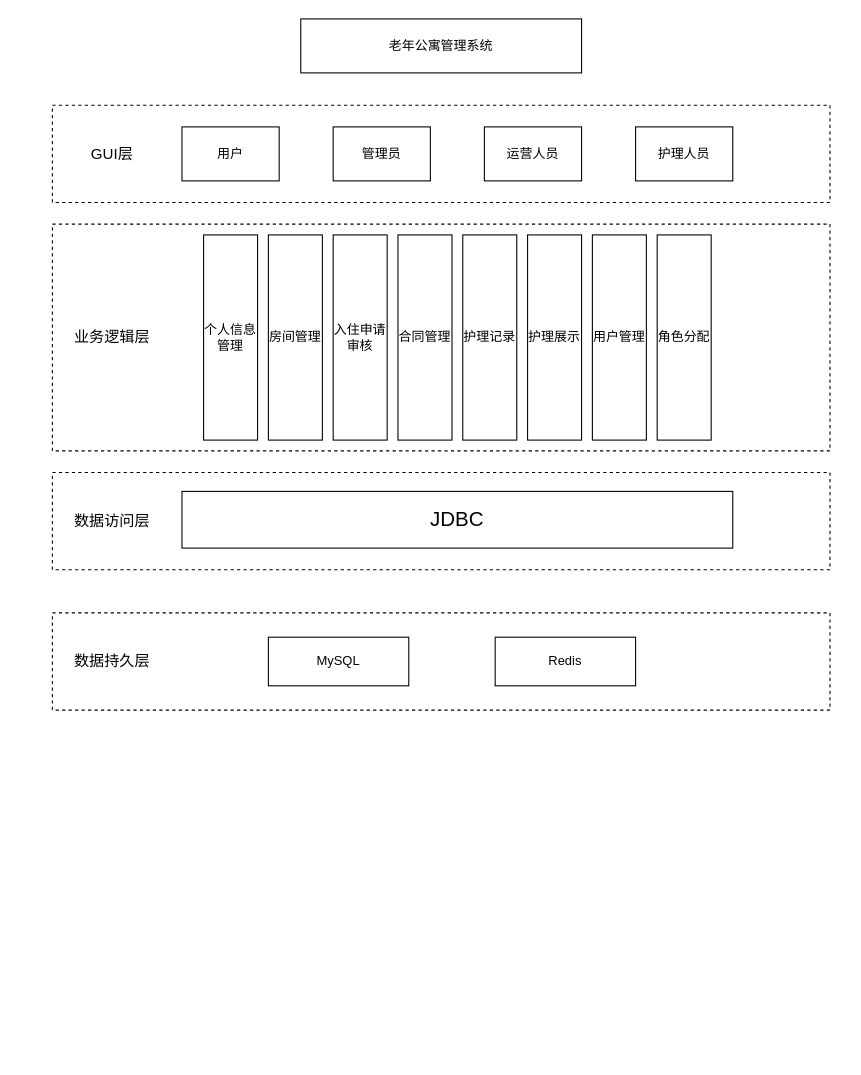
Before: 老年公寓管理系统系统架构.drawio in songjielong/drawio, a draw.io diagram. Source tidied: cells renumbered, new cells numbered last; positions are measured from the earlier drawing's top-left corner, leaving out a move shared by most shapes. Both pictures are drawn from the tidied source at 108%, with x=0, y=0 at pixel (52, 18).
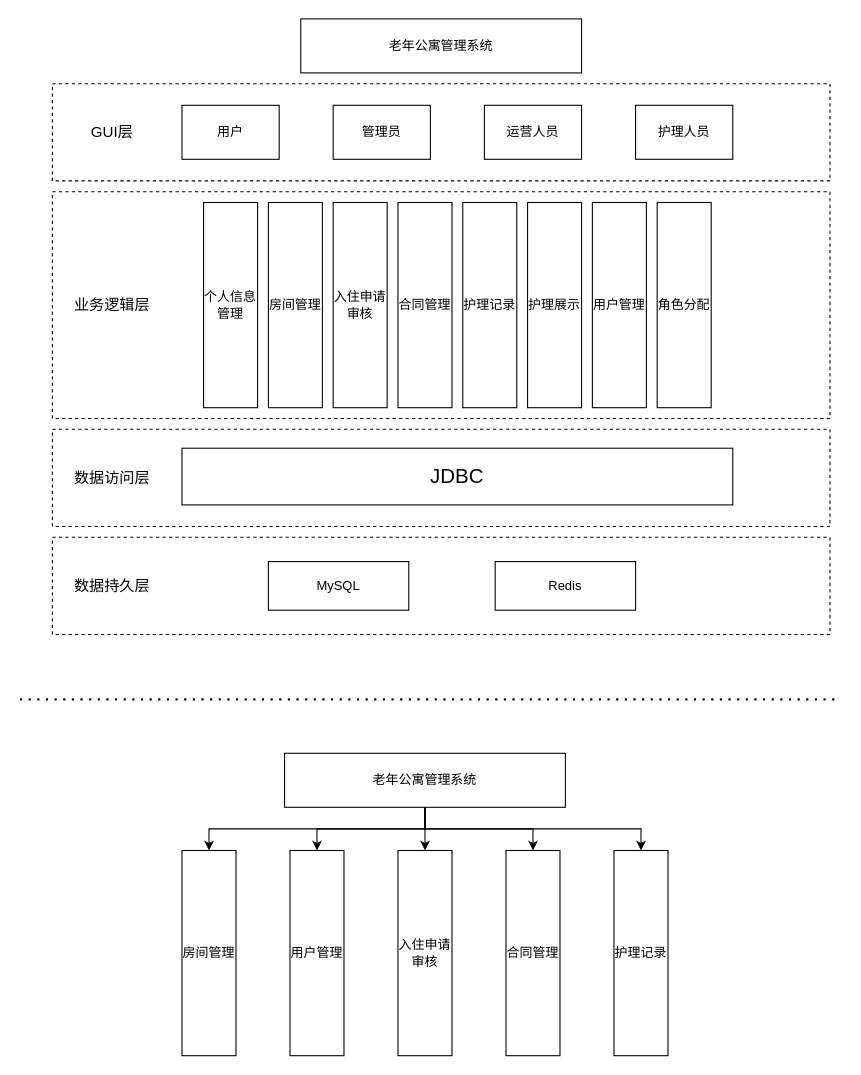
The same diagram, later.

Commit message:
更新老年公寓管理系统系统架构.drawio

The edit, as a diff of the source:
```diff
@@
     <mxCell id="3" style="rounded=0;whiteSpace=wrap;html=1;dashed=1;" parent="1" vertex="1">
-      <mxGeometry y="80" width="720" height="90" as="geometry" />
+      <mxGeometry y="60" width="720" height="90" as="geometry" />
     </mxCell>
     <mxCell id="4" value="GUI层" style="text;html=1;align=center;verticalAlign=middle;strokeColor=none;fillColor=none;fontSize=14;" parent="1" vertex="1">
-      <mxGeometry x="25" y="110" width="60" height="30" as="geometry" />
+      <mxGeometry x="25" y="90" width="60" height="30" as="geometry" />
     </mxCell>
     <mxCell id="5" value="用户" style="rounded=0;whiteSpace=wrap;html=1;" parent="1" vertex="1">
-      <mxGeometry x="120" y="100" width="90" height="50" as="geometry" />
+      <mxGeometry x="120" y="80" width="90" height="50" as="geometry" />
     </mxCell>
     <mxCell id="6" value="管理员" style="rounded=0;whiteSpace=wrap;html=1;" parent="1" vertex="1">
-      <mxGeometry x="260" y="100" width="90" height="50" as="geometry" />
+      <mxGeometry x="260" y="80" width="90" height="50" as="geometry" />
     </mxCell>
     <mxCell id="7" value="运营人员" style="rounded=0;whiteSpace=wrap;html=1;" parent="1" vertex="1">
-      <mxGeometry x="400" y="100" width="90" height="50" as="geometry" />
+      <mxGeometry x="400" y="80" width="90" height="50" as="geometry" />
     </mxCell>
     <mxCell id="8" value="护理人员" style="rounded=0;whiteSpace=wrap;html=1;" parent="1" vertex="1">
-      <mxGeometry x="540" y="100" width="90" height="50" as="geometry" />
+      <mxGeometry x="540" y="80" width="90" height="50" as="geometry" />
     </mxCell>
     <mxCell id="9" style="rounded=0;whiteSpace=wrap;html=1;dashed=1;verticalAlign=middle;horizontal=1;align=right;" parent="1" vertex="1">
-      <mxGeometry y="190" width="720" height="210" as="geometry" />
+      <mxGeometry y="160" width="720" height="210" as="geometry" />
     </mxCell>
     <mxCell id="10" value="业务逻辑层" style="text;html=1;align=center;verticalAlign=middle;strokeColor=none;fillColor=none;fontSize=14;" parent="1" vertex="1">
-      <mxGeometry x="10" y="280" width="90" height="30" as="geometry" />
+      <mxGeometry x="10" y="250" width="90" height="30" as="geometry" />
     </mxCell>
     <mxCell id="11" value="个人信息管理" style="rounded=0;html=1;align=center;verticalAlign=middle;whiteSpace=wrap;horizontal=1;direction=east;flipV=0;flipH=1;" parent="1" vertex="1">
-      <mxGeometry x="140" y="200" width="50" height="190" as="geometry" />
+      <mxGeometry x="140" y="170" width="50" height="190" as="geometry" />
     </mxCell>
     <mxCell id="12" value="房间管理" style="rounded=0;html=1;align=center;verticalAlign=middle;whiteSpace=wrap;horizontal=1;direction=east;flipV=0;flipH=1;" parent="1" vertex="1">
-      <mxGeometry x="200" y="200" width="50" height="190" as="geometry" />
+      <mxGeometry x="200" y="170" width="50" height="190" as="geometry" />
     </mxCell>
     <mxCell id="13" value="入住申请审核" style="rounded=0;html=1;align=center;verticalAlign=middle;whiteSpace=wrap;horizontal=1;direction=east;flipV=0;flipH=1;" parent="1" vertex="1">
-      <mxGeometry x="260" y="200" width="50" height="190" as="geometry" />
+      <mxGeometry x="260" y="170" width="50" height="190" as="geometry" />
     </mxCell>
     <mxCell id="14" value="合同管理" style="rounded=0;html=1;align=center;verticalAlign=middle;whiteSpace=wrap;horizontal=1;direction=east;flipV=0;flipH=1;" parent="1" vertex="1">
-      <mxGeometry x="320" y="200" width="50" height="190" as="geometry" />
+      <mxGeometry x="320" y="170" width="50" height="190" as="geometry" />
     </mxCell>
     <mxCell id="15" value="护理记录" style="rounded=0;html=1;align=center;verticalAlign=middle;whiteSpace=wrap;horizontal=1;direction=east;flipV=0;flipH=1;" parent="1" vertex="1">
-      <mxGeometry x="380" y="200" width="50" height="190" as="geometry" />
+      <mxGeometry x="380" y="170" width="50" height="190" as="geometry" />
     </mxCell>
     <mxCell id="16" value="护理展示" style="rounded=0;html=1;align=center;verticalAlign=middle;whiteSpace=wrap;horizontal=1;direction=east;flipV=0;flipH=1;" parent="1" vertex="1">
-      <mxGeometry x="440" y="200" width="50" height="190" as="geometry" />
+      <mxGeometry x="440" y="170" width="50" height="190" as="geometry" />
     </mxCell>
     <mxCell id="17" value="用户管理" style="rounded=0;html=1;align=center;verticalAlign=middle;whiteSpace=wrap;horizontal=1;direction=east;flipV=0;flipH=1;" parent="1" vertex="1">
-      <mxGeometry x="500" y="200" width="50" height="190" as="geometry" />
+      <mxGeometry x="500" y="170" width="50" height="190" as="geometry" />
     </mxCell>
     <mxCell id="18" value="角色分配" style="rounded=0;html=1;align=center;verticalAlign=middle;whiteSpace=wrap;horizontal=1;direction=east;flipV=0;flipH=1;" parent="1" vertex="1">
-      <mxGeometry x="560" y="200" width="50" height="190" as="geometry" />
+      <mxGeometry x="560" y="170" width="50" height="190" as="geometry" />
     </mxCell>
     <mxCell id="19" style="rounded=0;whiteSpace=wrap;html=1;dashed=1;" parent="1" vertex="1">
-      <mxGeometry y="420" width="720" height="90" as="geometry" />
+      <mxGeometry y="380" width="720" height="90" as="geometry" />
     </mxCell>
     <mxCell id="20" value="数据访问层" style="text;html=1;align=center;verticalAlign=middle;strokeColor=none;fillColor=none;fontSize=14;" parent="1" vertex="1">
-      <mxGeometry x="10" y="450" width="90" height="30" as="geometry" />
+      <mxGeometry x="10" y="410" width="90" height="30" as="geometry" />
     </mxCell>
     <mxCell id="21" value="&lt;font style=&quot;font-size: 19px;&quot;&gt;JDBC&lt;/font&gt;" style="rounded=0;whiteSpace=wrap;html=1;" parent="1" vertex="1">
-      <mxGeometry x="120" y="437.5" width="510" height="52.5" as="geometry" />
+      <mxGeometry x="120" y="397.5" width="510" height="52.5" as="geometry" />
     </mxCell>
     <mxCell id="22" style="rounded=0;whiteSpace=wrap;html=1;dashed=1;" parent="1" vertex="1">
-      <mxGeometry y="550" width="720" height="90" as="geometry" />
+      <mxGeometry y="480" width="720" height="90" as="geometry" />
     </mxCell>
     <mxCell id="23" value="数据持久层" style="text;html=1;align=center;verticalAlign=middle;strokeColor=none;fillColor=none;fontSize=14;" parent="1" vertex="1">
-      <mxGeometry x="10" y="580" width="90" height="30" as="geometry" />
+      <mxGeometry x="10" y="510" width="90" height="30" as="geometry" />
     </mxCell>
     <mxCell id="24" value="MySQL" style="rounded=0;whiteSpace=wrap;html=1;" parent="1" vertex="1">
-      <mxGeometry x="200" y="572.5" width="130" height="45" as="geometry" />
+      <mxGeometry x="200" y="502.5" width="130" height="45" as="geometry" />
     </mxCell>
     <mxCell id="25" value="Redis" style="rounded=0;whiteSpace=wrap;html=1;" parent="1" vertex="1">
-      <mxGeometry x="410" y="572.5" width="130" height="45" as="geometry" />
+      <mxGeometry x="410" y="502.5" width="130" height="45" as="geometry" />
     </mxCell>
+    <mxCell id="26" style="edgeStyle=orthogonalEdgeStyle;rounded=0;jettySize=auto;html=1;" parent="1" edge="1" source="31" target="37">
+      <mxGeometry relative="1" as="geometry" />
+    </mxCell>
+    <mxCell id="27" style="edgeStyle=orthogonalEdgeStyle;rounded=0;jettySize=auto;html=1;entryX=0.5;entryY=0;entryDx=0;entryDy=0;" parent="1" edge="1" source="31" target="34">
+      <mxGeometry relative="1" as="geometry" />
+    </mxCell>
+    <mxCell id="28" style="edgeStyle=orthogonalEdgeStyle;rounded=0;jettySize=auto;html=1;" parent="1" edge="1" source="31" target="35">
+      <mxGeometry relative="1" as="geometry" />
+    </mxCell>
+    <mxCell id="29" style="edgeStyle=orthogonalEdgeStyle;rounded=0;jettySize=auto;html=1;" parent="1" edge="1" source="31" target="33">
+      <mxGeometry relative="1" as="geometry">
+        <Array as="points">
+          <mxPoint x="345" y="750" />
+          <mxPoint x="145" y="750" />
+        </Array>
+      </mxGeometry>
+    </mxCell>
+    <mxCell id="30" style="edgeStyle=orthogonalEdgeStyle;rounded=0;jettySize=auto;html=1;" parent="1" edge="1" source="31" target="36">
+      <mxGeometry relative="1" as="geometry">
+        <Array as="points">
+          <mxPoint x="345" y="750" />
+          <mxPoint x="545" y="750" />
+        </Array>
+      </mxGeometry>
+    </mxCell>
+    <mxCell id="31" value="老年公寓管理系统" style="rounded=0;whiteSpace=wrap;html=1;" parent="1" vertex="1">
+      <mxGeometry x="215" y="680" width="260" height="50" as="geometry" />
+    </mxCell>
+    <mxCell id="32" style="endArrow=none;dashed=1;html=1;dashPattern=1 3;strokeWidth=2;rounded=0;" parent="1" edge="1">
+      <mxGeometry relative="1" as="geometry">
+        <mxPoint x="-30" y="630" as="sourcePoint" />
+        <mxPoint x="730" y="630" as="targetPoint" />
+      </mxGeometry>
+    </mxCell>
+    <mxCell id="33" value="房间管理" style="rounded=0;html=1;align=center;verticalAlign=middle;whiteSpace=wrap;horizontal=1;direction=east;flipV=0;flipH=1;" parent="1" vertex="1">
+      <mxGeometry x="120" y="770" width="50" height="190" as="geometry" />
+    </mxCell>
+    <mxCell id="34" value="用户管理" style="rounded=0;html=1;align=center;verticalAlign=middle;whiteSpace=wrap;horizontal=1;direction=east;flipV=0;flipH=1;" parent="1" vertex="1">
+      <mxGeometry x="220" y="770" width="50" height="190" as="geometry" />
+    </mxCell>
+    <mxCell id="35" value="合同管理" style="rounded=0;html=1;align=center;verticalAlign=middle;whiteSpace=wrap;horizontal=1;direction=east;flipV=0;flipH=1;" parent="1" vertex="1">
+      <mxGeometry x="420" y="770" width="50" height="190" as="geometry" />
+    </mxCell>
+    <mxCell id="36" value="护理记录" style="rounded=0;html=1;align=center;verticalAlign=middle;whiteSpace=wrap;horizontal=1;direction=east;flipV=0;flipH=1;" parent="1" vertex="1">
+      <mxGeometry x="520" y="770" width="50" height="190" as="geometry" />
+    </mxCell>
+    <mxCell id="37" value="入住申请审核" style="rounded=0;html=1;align=center;verticalAlign=middle;whiteSpace=wrap;horizontal=1;direction=east;flipV=0;flipH=1;" parent="1" vertex="1">
+      <mxGeometry x="320" y="770" width="50" height="190" as="geometry" />
+    </mxCell>
```
